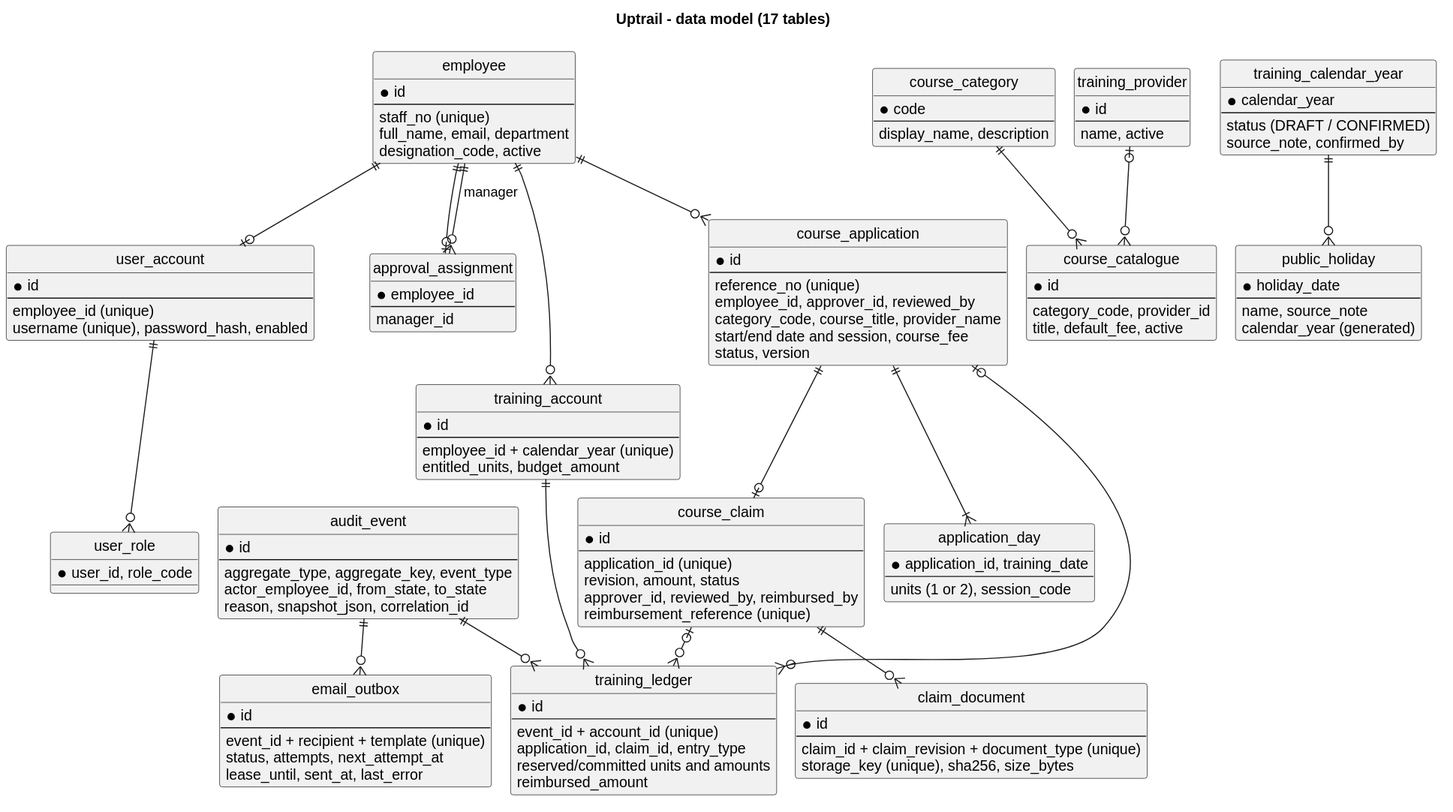
Earlier version of the PlantUML export docs/diagrams/svg/data-model.svg (narmi924/Uptrail). Its diagram source:
```plantuml
@startuml
!pragma layout smetana
title Uptrail - data model (17 tables)
hide circle
skinparam shadowing false
skinparam defaultFontName Arial

entity employee {
  * id
  --
  staff_no (unique)
  full_name, email, department
  designation_code, active
}
entity user_account {
  * id
  --
  employee_id (unique)
  username (unique), password_hash, enabled
}
entity user_role {
  * user_id, role_code
}
entity approval_assignment {
  * employee_id
  --
  manager_id
}
entity course_category {
  * code
  --
  display_name, description
}
entity training_provider {
  * id
  --
  name, active
}
entity course_catalogue {
  * id
  --
  category_code, provider_id
  title, default_fee, active
}
entity training_calendar_year {
  * calendar_year
  --
  status (DRAFT / CONFIRMED)
  source_note, confirmed_by
}
entity public_holiday {
  * holiday_date
  --
  name, source_note
  calendar_year (generated)
}
entity training_account {
  * id
  --
  employee_id + calendar_year (unique)
  entitled_units, budget_amount
}
entity course_application {
  * id
  --
  reference_no (unique)
  employee_id, approver_id, reviewed_by
  category_code, course_title, provider_name
  start/end date and session, course_fee
  status, version
}
entity application_day {
  * application_id, training_date
  --
  units (1 or 2), session_code
}
entity course_claim {
  * id
  --
  application_id (unique)
  revision, amount, status
  approver_id, reviewed_by, reimbursed_by
  reimbursement_reference (unique)
}
entity claim_document {
  * id
  --
  claim_id + claim_revision + document_type (unique)
  storage_key (unique), sha256, size_bytes
}
entity audit_event {
  * id
  --
  aggregate_type, aggregate_key, event_type
  actor_employee_id, from_state, to_state
  reason, snapshot_json, correlation_id
}
entity training_ledger {
  * id
  --
  event_id + account_id (unique)
  application_id, claim_id, entry_type
  reserved/committed units and amounts
  reimbursed_amount
}
entity email_outbox {
  * id
  --
  event_id + recipient + template (unique)
  status, attempts, next_attempt_at
  lease_until, sent_at, last_error
}

employee ||--o| user_account
user_account ||--o{ user_role
employee ||--o| approval_assignment
approval_assignment }o--|| employee : manager
course_category ||--o{ course_catalogue
training_provider |o--o{ course_catalogue
training_calendar_year ||--o{ public_holiday
employee ||--o{ training_account
employee ||--o{ course_application
course_application ||--|{ application_day
course_application ||--o| course_claim
course_claim ||--o{ claim_document
training_account ||--o{ training_ledger
audit_event ||--o{ training_ledger
audit_event ||--o{ email_outbox
course_application |o--o{ training_ledger
course_claim |o--o{ training_ledger
@enduml
```
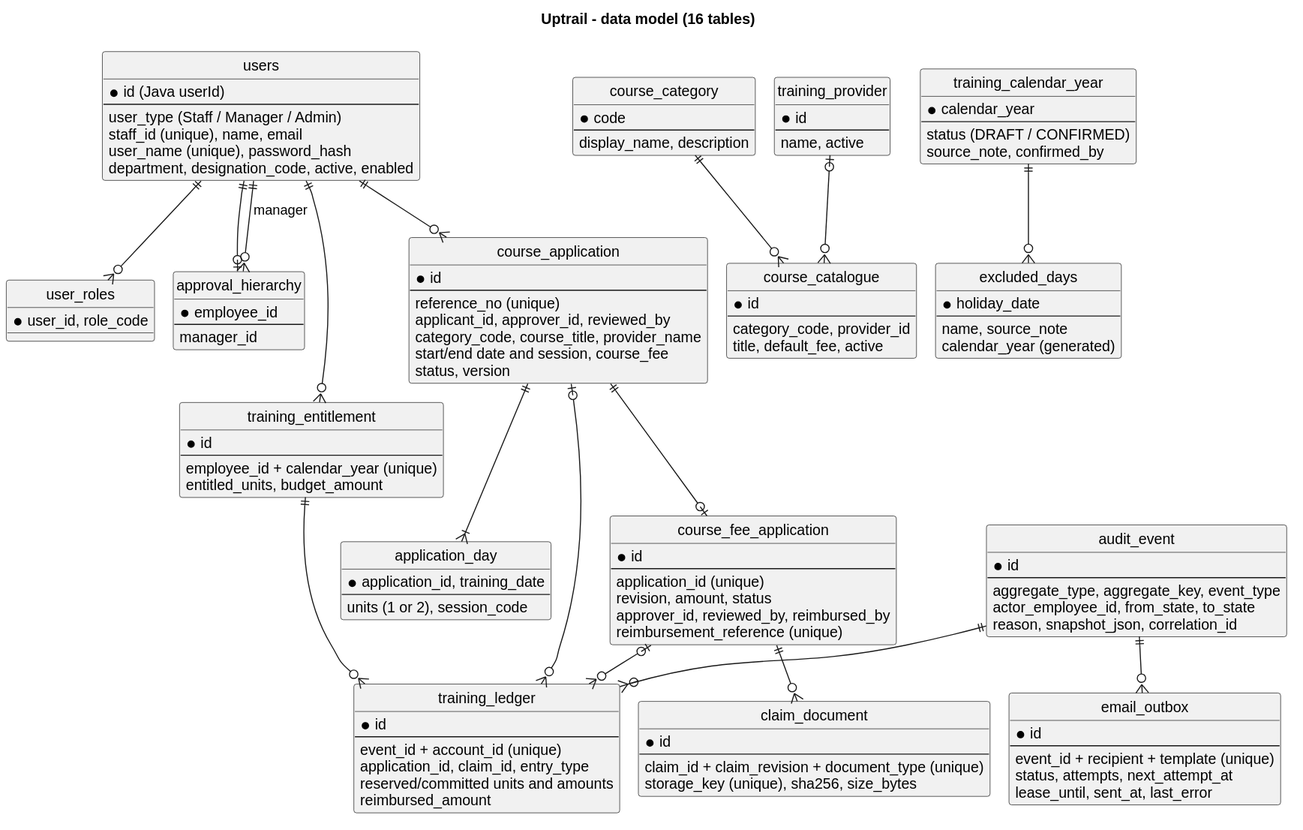
The same diagram one commit later.

The edit, as a diff of the source:
```diff
@@ -1,27 +1,22 @@
 @startuml
 !pragma layout smetana
-title Uptrail - data model (17 tables)
+title Uptrail - data model (16 tables)
 hide circle
 skinparam shadowing false
 skinparam defaultFontName Arial
 
-entity employee {
-  * id
+entity users {
+  * id (Java userId)
   --
-  staff_no (unique)
-  full_name, email, department
-  designation_code, active
+  user_type (Staff / Manager / Admin)
+  staff_id (unique), name, email
+  user_name (unique), password_hash
+  department, designation_code, active, enabled
 }
-entity user_account {
-  * id
-  --
-  employee_id (unique)
-  username (unique), password_hash, enabled
-}
-entity user_role {
+entity user_roles {
   * user_id, role_code
 }
-entity approval_assignment {
+entity approval_hierarchy {
   * employee_id
   --
   manager_id
@@ -48,13 +43,13 @@
   status (DRAFT / CONFIRMED)
   source_note, confirmed_by
 }
-entity public_holiday {
+entity excluded_days {
   * holiday_date
   --
   name, source_note
   calendar_year (generated)
 }
-entity training_account {
+entity training_entitlement {
   * id
   --
   employee_id + calendar_year (unique)
@@ -64,7 +59,7 @@
   * id
   --
   reference_no (unique)
-  employee_id, approver_id, reviewed_by
+  applicant_id, approver_id, reviewed_by
   category_code, course_title, provider_name
   start/end date and session, course_fee
   status, version
@@ -74,7 +69,7 @@
   --
   units (1 or 2), session_code
 }
-entity course_claim {
+entity course_fee_application {
   * id
   --
   application_id (unique)
@@ -111,21 +106,20 @@
   lease_until, sent_at, last_error
 }
 
-employee ||--o| user_account
-user_account ||--o{ user_role
-employee ||--o| approval_assignment
-approval_assignment }o--|| employee : manager
+users ||--o{ user_roles
+users ||--o| approval_hierarchy
+approval_hierarchy }o--|| users : manager
 course_category ||--o{ course_catalogue
 training_provider |o--o{ course_catalogue
-training_calendar_year ||--o{ public_holiday
-employee ||--o{ training_account
-employee ||--o{ course_application
+training_calendar_year ||--o{ excluded_days
+users ||--o{ training_entitlement
+users ||--o{ course_application
 course_application ||--|{ application_day
-course_application ||--o| course_claim
-course_claim ||--o{ claim_document
-training_account ||--o{ training_ledger
+course_application ||--o| course_fee_application
+course_fee_application ||--o{ claim_document
+training_entitlement ||--o{ training_ledger
 audit_event ||--o{ training_ledger
 audit_event ||--o{ email_outbox
 course_application |o--o{ training_ledger
-course_claim |o--o{ training_ledger
+course_fee_application |o--o{ training_ledger
 @enduml
```
